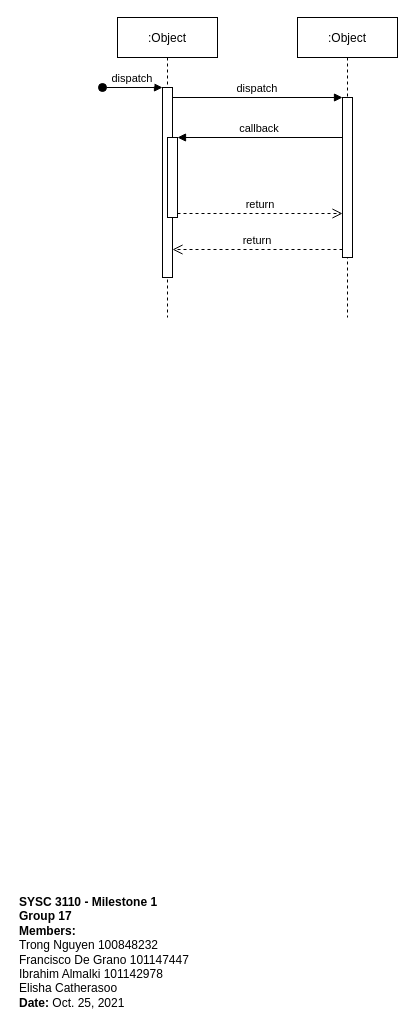
The draw.io diagram page "SequenceUML_1" (2 of 5) of M1_ClassUML.drawio in trong0dn/monopoly, before the edit. Source tidied: cells renumbered, new cells numbered last; positions are measured from the earlier drawing's top-left corner, leaving out a move shared by most shapes. Both pictures are drawn from the tidied source at 100%, with x=0, y=0 at pixel (17, 17).
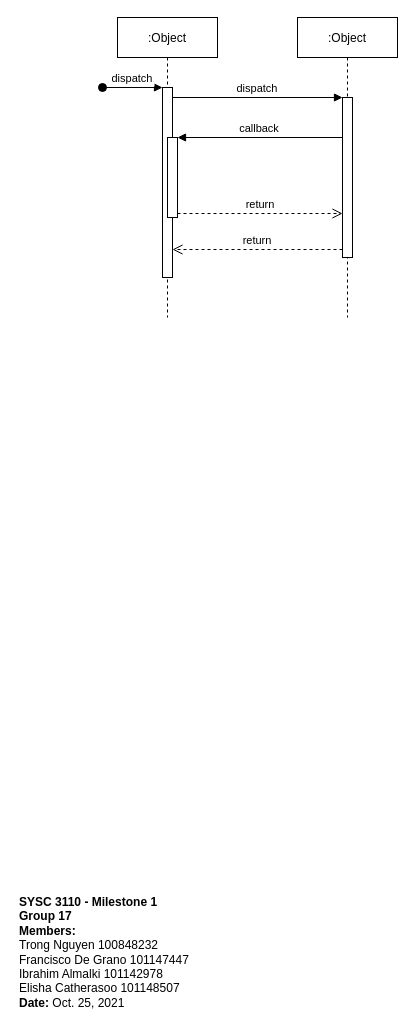
The same diagram, later.

What changed in the source:
```diff
@@
 <mxGraphModel>
   <root>
     <mxCell id="0" />
     <mxCell id="1" parent="0" />
     <mxCell id="2" value=":Object" style="shape=umlLifeline;perimeter=lifelinePerimeter;rounded=0;shadow=0;strokeWidth=1;" parent="1" vertex="1">
       <mxGeometry x="100" width="100" height="300" as="geometry" />
     </mxCell>
     <mxCell id="3" style="points=[];perimeter=orthogonalPerimeter;rounded=0;shadow=0;strokeWidth=1;" parent="2" vertex="1">
       <mxGeometry x="45" y="70" width="10" height="190" as="geometry" />
     </mxCell>
     <mxCell id="4" value="dispatch" style="verticalAlign=bottom;startArrow=oval;endArrow=block;startSize=8;shadow=0;strokeWidth=1;" parent="2" edge="1" target="3">
       <mxGeometry relative="1" as="geometry">
         <mxPoint x="-15" y="70" as="sourcePoint" />
       </mxGeometry>
     </mxCell>
     <mxCell id="5" style="points=[];perimeter=orthogonalPerimeter;rounded=0;shadow=0;strokeWidth=1;" parent="2" vertex="1">
       <mxGeometry x="50" y="120" width="10" height="80" as="geometry" />
     </mxCell>
     <mxCell id="6" value=":Object" style="shape=umlLifeline;perimeter=lifelinePerimeter;rounded=0;shadow=0;strokeWidth=1;" parent="1" vertex="1">
       <mxGeometry x="280" width="100" height="300" as="geometry" />
     </mxCell>
     <mxCell id="7" style="points=[];perimeter=orthogonalPerimeter;rounded=0;shadow=0;strokeWidth=1;" parent="6" vertex="1">
       <mxGeometry x="45" y="80" width="10" height="160" as="geometry" />
     </mxCell>
     <mxCell id="8" value="return" style="verticalAlign=bottom;endArrow=open;dashed=1;endSize=8;exitX=0;exitY=0.95;shadow=0;strokeWidth=1;" parent="1" edge="1" source="7" target="3">
       <mxGeometry relative="1" as="geometry" />
     </mxCell>
     <mxCell id="9" value="dispatch" style="verticalAlign=bottom;endArrow=block;entryX=0;entryY=0;shadow=0;strokeWidth=1;" parent="1" edge="1" source="3" target="7">
       <mxGeometry relative="1" as="geometry" />
     </mxCell>
     <mxCell id="10" value="callback" style="verticalAlign=bottom;endArrow=block;entryX=1;entryY=0;shadow=0;strokeWidth=1;" parent="1" edge="1" source="7" target="5">
       <mxGeometry relative="1" as="geometry" />
     </mxCell>
     <mxCell id="11" value="return" style="verticalAlign=bottom;endArrow=open;dashed=1;endSize=8;exitX=1;exitY=0.95;shadow=0;strokeWidth=1;" parent="1" edge="1" source="5" target="7">
       <mxGeometry relative="1" as="geometry" />
     </mxCell>
-    <mxCell id="12" value="&lt;b&gt;SYSC 3110 - Milestone 1&lt;/b&gt;&lt;br&gt;&lt;b&gt;Group 17&lt;/b&gt;&lt;br&gt;&lt;b&gt;Members:&lt;/b&gt;&lt;br&gt;Trong Nguyen 100848232 &lt;br&gt;Francisco De Grano 101147447 &lt;br&gt;Ibrahim Almalki 101142978 &lt;br&gt;Elisha Catherasoo&lt;br&gt;&lt;b&gt;Date: &lt;/b&gt;Oct. 25, 2021" style="text;html=1;strokeColor=none;fillColor=none;align=left;verticalAlign=middle;whiteSpace=wrap;rounded=0;" parent="1" vertex="1">
+    <mxCell id="12" value="&lt;b&gt;SYSC 3110 - Milestone 1&lt;/b&gt;&lt;br&gt;&lt;b&gt;Group 17&lt;/b&gt;&lt;br&gt;&lt;b&gt;Members:&lt;/b&gt;&lt;br&gt;Trong Nguyen 100848232 &lt;br&gt;Francisco De Grano 101147447 &lt;br&gt;Ibrahim Almalki 101142978 &lt;br&gt;Elisha Catherasoo 101148507&lt;br&gt;&lt;b&gt;Date: &lt;/b&gt;Oct. 25, 2021" style="text;html=1;strokeColor=none;fillColor=none;align=left;verticalAlign=middle;whiteSpace=wrap;rounded=0;" parent="1" vertex="1">
       <mxGeometry y="870" width="200" height="130" as="geometry" />
     </mxCell>
   </root>
 </mxGraphModel>
```
